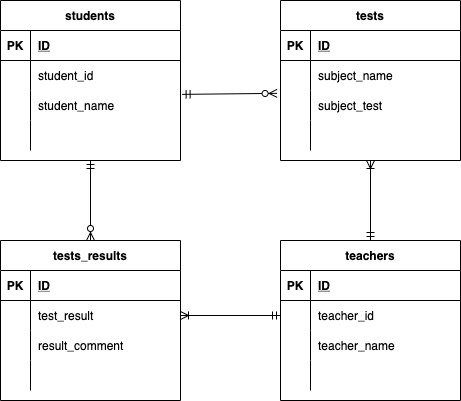
wakaryo/data4 keeps this draw.io diagram as index3.drawio.png. Above is the earlier version. Source tidied: cells renumbered, new cells last; positions are measured from the earlier drawing's top-left corner, leaving out a move shared by most shapes.
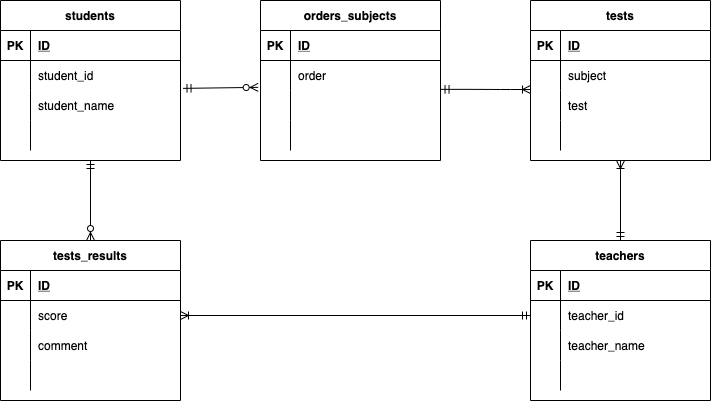
Later version of the same file.

What changed in the source:
```diff
@@ -42,7 +42,7 @@
       <mxGeometry x="30" width="150" height="30" as="geometry" />
     </mxCell>
     <mxCell id="15" value="tests" style="shape=table;startSize=30;rowLines=0;fontStyle=1;align=center;" parent="1" vertex="1">
-      <mxGeometry x="280" width="180" height="160" as="geometry" />
+      <mxGeometry x="530" width="180" height="160" as="geometry" />
     </mxCell>
     <mxCell id="16" style="shape=partialRectangle;fillColor=none;top=0;left=0;bottom=1;right=0;" parent="15" vertex="1">
       <mxGeometry y="30" width="180" height="30" as="geometry" />
@@ -59,7 +59,7 @@
     <mxCell id="20" style="shape=partialRectangle;fillColor=none;top=0;left=0;bottom=0;right=0;overflow=hidden;" parent="19" vertex="1">
       <mxGeometry width="30" height="30" as="geometry" />
     </mxCell>
-    <mxCell id="21" value="subject_name" style="shape=partialRectangle;fillColor=none;top=0;left=0;bottom=0;right=0;align=left;spacingLeft=6;overflow=hidden;" parent="19" vertex="1">
+    <mxCell id="21" value="subject" style="shape=partialRectangle;fillColor=none;top=0;left=0;bottom=0;right=0;align=left;spacingLeft=6;overflow=hidden;" parent="19" vertex="1">
       <mxGeometry x="30" width="150" height="30" as="geometry" />
     </mxCell>
     <mxCell id="22" style="shape=partialRectangle;fillColor=none;top=0;left=0;bottom=0;right=0;points=[[0,0.5],[1,0.5]];portConstraint=eastwest;" parent="15" vertex="1">
@@ -68,7 +68,7 @@
     <mxCell id="23" style="shape=partialRectangle;fillColor=none;top=0;left=0;bottom=0;right=0;overflow=hidden;" parent="22" vertex="1">
       <mxGeometry width="30" height="30" as="geometry" />
     </mxCell>
-    <mxCell id="24" value="subject_test" style="shape=partialRectangle;fillColor=none;top=0;left=0;bottom=0;right=0;align=left;spacingLeft=6;overflow=hidden;" parent="22" vertex="1">
+    <mxCell id="24" value="test" style="shape=partialRectangle;fillColor=none;top=0;left=0;bottom=0;right=0;align=left;spacingLeft=6;overflow=hidden;" parent="22" vertex="1">
       <mxGeometry x="30" width="150" height="30" as="geometry" />
     </mxCell>
     <mxCell id="25" style="shape=partialRectangle;fillColor=none;top=0;left=0;bottom=0;right=0;" parent="15" vertex="1">
@@ -81,7 +81,7 @@
       <mxGeometry x="30" width="150" height="30" as="geometry" />
     </mxCell>
     <mxCell id="28" value="teachers" style="shape=table;startSize=30;rowLines=0;fontStyle=1;align=center;" parent="1" vertex="1">
-      <mxGeometry x="280" y="240" width="180" height="160" as="geometry" />
+      <mxGeometry x="530" y="240" width="180" height="160" as="geometry" />
     </mxCell>
     <mxCell id="29" style="shape=partialRectangle;fillColor=none;top=0;left=0;bottom=1;right=0;" parent="28" vertex="1">
       <mxGeometry y="30" width="180" height="30" as="geometry" />
@@ -137,7 +137,7 @@
     <mxCell id="46" style="shape=partialRectangle;fillColor=none;top=0;left=0;bottom=0;right=0;overflow=hidden;" parent="45" vertex="1">
       <mxGeometry width="30" height="30" as="geometry" />
     </mxCell>
-    <mxCell id="47" value="test_result" style="shape=partialRectangle;fillColor=none;top=0;left=0;bottom=0;right=0;align=left;spacingLeft=6;overflow=hidden;" parent="45" vertex="1">
+    <mxCell id="47" value="score" style="shape=partialRectangle;fillColor=none;top=0;left=0;bottom=0;right=0;align=left;spacingLeft=6;overflow=hidden;" parent="45" vertex="1">
       <mxGeometry x="30" width="150" height="30" as="geometry" />
     </mxCell>
     <mxCell id="48" style="shape=partialRectangle;fillColor=none;top=0;left=0;bottom=0;right=0;" parent="41" vertex="1">
@@ -146,7 +146,7 @@
     <mxCell id="49" style="shape=partialRectangle;fillColor=none;top=0;left=0;bottom=0;right=0;overflow=hidden;" parent="48" vertex="1">
       <mxGeometry width="30" height="30" as="geometry" />
     </mxCell>
-    <mxCell id="50" value="result_comment" style="shape=partialRectangle;fillColor=none;top=0;left=0;bottom=0;right=0;align=left;spacingLeft=6;overflow=hidden;" parent="48" vertex="1">
+    <mxCell id="50" value="comment" style="shape=partialRectangle;fillColor=none;top=0;left=0;bottom=0;right=0;align=left;spacingLeft=6;overflow=hidden;" parent="48" vertex="1">
       <mxGeometry x="30" width="150" height="30" as="geometry" />
     </mxCell>
     <mxCell id="51" style="shape=partialRectangle;fillColor=none;top=0;left=0;bottom=0;right=0;" parent="41" vertex="1">
@@ -158,9 +158,6 @@
     <mxCell id="53" style="shape=partialRectangle;fillColor=none;top=0;left=0;bottom=0;right=0;align=left;spacingLeft=6;overflow=hidden;" parent="51" vertex="1">
       <mxGeometry x="30" width="150" height="30" as="geometry" />
     </mxCell>
-    <mxCell id="54" style="fontSize=12;html=1;endArrow=ERzeroToMany;startArrow=ERmandOne;exitX=1.009;exitY=0.129;exitDx=0;exitDy=0;exitPerimeter=0;entryX=-0.019;entryY=0.095;entryDx=0;entryDy=0;entryPerimeter=0;" parent="1" edge="1" source="9" target="22">
-      <mxGeometry relative="1" as="geometry" />
-    </mxCell>
     <mxCell id="55" style="fontSize=12;html=1;endArrow=ERoneToMany;startArrow=ERmandOne;entryX=0.5;entryY=1;entryDx=0;entryDy=0;exitX=0.5;exitY=0;exitDx=0;exitDy=0;" parent="1" edge="1" source="28" target="15">
       <mxGeometry relative="1" as="geometry" />
     </mxCell>
@@ -170,5 +167,52 @@
     <mxCell id="57" style="fontSize=12;html=1;endArrow=ERzeroToMany;startArrow=ERmandOne;entryX=0.5;entryY=0;entryDx=0;entryDy=0;exitX=0.5;exitY=1;exitDx=0;exitDy=0;" parent="1" edge="1" source="2" target="41">
       <mxGeometry relative="1" as="geometry" />
     </mxCell>
+    <mxCell id="58" value="orders_subjects" style="shape=table;startSize=30;rowLines=0;fontStyle=1;align=center;" parent="1" vertex="1">
+      <mxGeometry x="260" width="180" height="160" as="geometry" />
+    </mxCell>
+    <mxCell id="59" style="shape=partialRectangle;fillColor=none;top=0;left=0;bottom=1;right=0;" parent="58" vertex="1">
+      <mxGeometry y="30" width="180" height="30" as="geometry" />
+    </mxCell>
+    <mxCell id="60" value="PK" style="shape=partialRectangle;fillColor=none;top=0;left=0;bottom=0;right=0;fontStyle=1;overflow=hidden;" parent="59" vertex="1">
+      <mxGeometry width="30" height="30" as="geometry" />
+    </mxCell>
+    <mxCell id="61" value="ID" style="shape=partialRectangle;fillColor=none;top=0;left=0;bottom=0;right=0;align=left;spacingLeft=6;fontStyle=5;overflow=hidden;" parent="59" vertex="1">
+      <mxGeometry x="30" width="150" height="30" as="geometry" />
+    </mxCell>
+    <mxCell id="62" style="shape=partialRectangle;fillColor=none;top=0;left=0;bottom=0;right=0;points=[[0,0.5],[1,0.5]];portConstraint=eastwest;" parent="58" vertex="1">
+      <mxGeometry y="60" width="180" height="30" as="geometry" />
+    </mxCell>
+    <mxCell id="63" style="shape=partialRectangle;fillColor=none;top=0;left=0;bottom=0;right=0;overflow=hidden;" parent="62" vertex="1">
+      <mxGeometry width="30" height="30" as="geometry" />
+    </mxCell>
+    <mxCell id="64" value="order" style="shape=partialRectangle;fillColor=none;top=0;left=0;bottom=0;right=0;align=left;spacingLeft=6;overflow=hidden;" parent="62" vertex="1">
+      <mxGeometry x="30" width="150" height="30" as="geometry" />
+    </mxCell>
+    <mxCell id="65" style="shape=partialRectangle;fillColor=none;top=0;left=0;bottom=0;right=0;" parent="58" vertex="1">
+      <mxGeometry y="90" width="180" height="30" as="geometry" />
+    </mxCell>
+    <mxCell id="66" style="shape=partialRectangle;fillColor=none;top=0;left=0;bottom=0;right=0;overflow=hidden;" parent="65" vertex="1">
+      <mxGeometry width="30" height="30" as="geometry" />
+    </mxCell>
+    <mxCell id="67" style="shape=partialRectangle;fillColor=none;top=0;left=0;bottom=0;right=0;align=left;spacingLeft=6;overflow=hidden;" parent="65" vertex="1">
+      <mxGeometry x="30" width="150" height="30" as="geometry" />
+    </mxCell>
+    <mxCell id="68" style="shape=partialRectangle;fillColor=none;top=0;left=0;bottom=0;right=0;" parent="58" vertex="1">
+      <mxGeometry y="120" width="180" height="30" as="geometry" />
+    </mxCell>
+    <mxCell id="69" style="shape=partialRectangle;fillColor=none;top=0;left=0;bottom=0;right=0;overflow=hidden;" parent="68" vertex="1">
+      <mxGeometry width="30" height="30" as="geometry" />
+    </mxCell>
+    <mxCell id="70" style="shape=partialRectangle;fillColor=none;top=0;left=0;bottom=0;right=0;align=left;spacingLeft=6;overflow=hidden;" parent="68" vertex="1">
+      <mxGeometry x="30" width="150" height="30" as="geometry" />
+    </mxCell>
+    <mxCell id="71" style="fontSize=12;html=1;endArrow=ERzeroToMany;startArrow=ERmandOne;exitX=1.014;exitY=0.929;exitDx=0;exitDy=0;exitPerimeter=0;entryX=-0.013;entryY=0.895;entryDx=0;entryDy=0;entryPerimeter=0;" parent="1" edge="1" source="6" target="62">
+      <mxGeometry relative="1" as="geometry" />
+    </mxCell>
+    <mxCell id="72" style="edgeStyle=entityRelationEdgeStyle;fontSize=12;html=1;endArrow=ERoneToMany;startArrow=ERmandOne;exitX=1.003;exitY=0.962;exitDx=0;exitDy=0;exitPerimeter=0;" parent="1" edge="1" source="62">
+      <mxGeometry relative="1" as="geometry">
+        <mxPoint x="530" y="89" as="targetPoint" />
+      </mxGeometry>
+    </mxCell>
   </root>
 </mxGraphModel>
```
